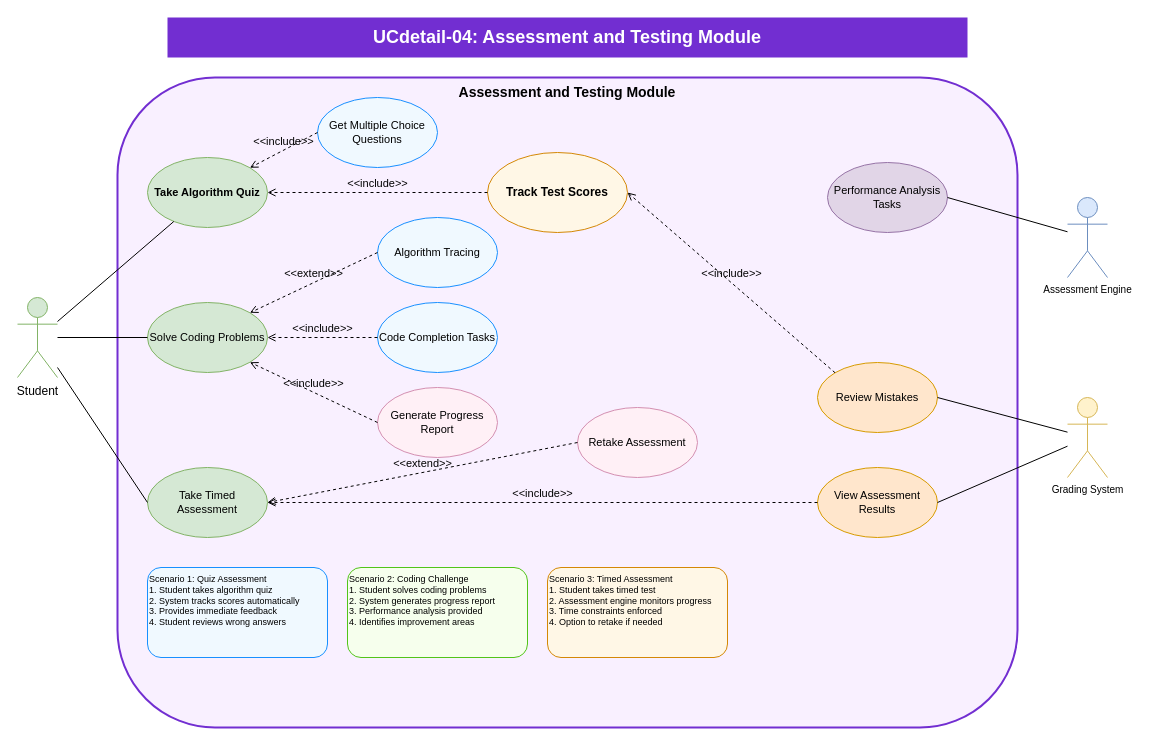
Before: dsa-visualizer/academic-project/enhanced-diagrams/UCdetail-04-assessment-testing.drawio in HieNguyen08/dsa-visualizer, a draw.io diagram. Source tidied: cells renumbered, new cells numbered last; positions are measured from the earlier drawing's top-left corner, leaving out a move shared by most shapes. Both pictures are drawn from the tidied source at 100%, with x=0, y=0 at pixel (17, 17).
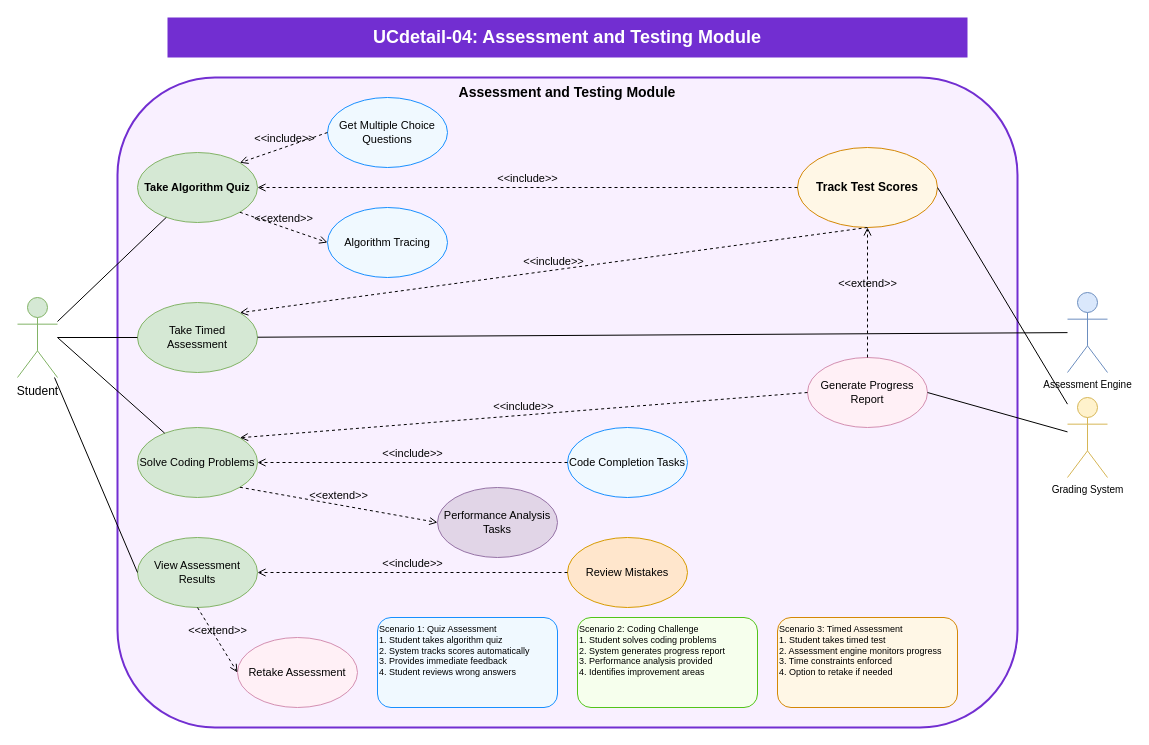
Above is the later version.

Commit message (it also covers changes not shown here):
feat: Implement complete UML relationships in all UCdetail diagrams

The change refers to these unchanged cells:
```xml
<mxCell id="4" value="Student" style="shape=umlActor;verticalLabelPosition=bottom;verticalAlign=top;html=1;outlineConnect=0;fontSize=12;fillColor=#d5e8d4;strokeColor=#82b366;" parent="1" vertex="1">
  <mxGeometry y="280" width="40" height="80" as="geometry" />
</mxCell>
<mxCell id="6" value="Grading System" style="shape=umlActor;verticalLabelPosition=bottom;verticalAlign=top;html=1;outlineConnect=0;fontSize=10;fillColor=#fff2cc;strokeColor=#d6b656;" parent="1" vertex="1">
  <mxGeometry x="1050" y="380" width="40" height="80" as="geometry" />
</mxCell>
```

What changed in the source:
```diff
@@
     <mxCell id="5" value="Assessment Engine" style="shape=umlActor;verticalLabelPosition=bottom;verticalAlign=top;html=1;outlineConnect=0;fontSize=10;fillColor=#dae8fc;strokeColor=#6c8ebf;" parent="1" vertex="1">
-      <mxGeometry x="1050" y="180" width="40" height="80" as="geometry" />
+      <mxGeometry x="1050" y="275" width="40" height="80" as="geometry" />
     </mxCell>
@@
     <mxCell id="7" value="Take Algorithm Quiz" style="ellipse;whiteSpace=wrap;html=1;fontSize=11;fillColor=#d5e8d4;strokeColor=#82b366;fontStyle=1;" parent="1" vertex="1">
-      <mxGeometry x="130" y="140" width="120" height="70" as="geometry" />
+      <mxGeometry x="120" y="135" width="120" height="70" as="geometry" />
     </mxCell>
     <mxCell id="8" value="Solve Coding Problems" style="ellipse;whiteSpace=wrap;html=1;fontSize=11;fillColor=#d5e8d4;strokeColor=#82b366;" parent="1" vertex="1">
-      <mxGeometry x="130" y="285" width="120" height="70" as="geometry" />
+      <mxGeometry x="120" y="410" width="120" height="70" as="geometry" />
     </mxCell>
     <mxCell id="9" value="Take Timed Assessment" style="ellipse;whiteSpace=wrap;html=1;fontSize=11;fillColor=#d5e8d4;strokeColor=#82b366;" parent="1" vertex="1">
-      <mxGeometry x="130" y="450" width="120" height="70" as="geometry" />
+      <mxGeometry x="120" y="285" width="120" height="70" as="geometry" />
     </mxCell>
-    <mxCell id="10" value="View Assessment Results" style="ellipse;whiteSpace=wrap;html=1;fontSize=11;fillColor=#ffe6cc;strokeColor=#d79b00;" parent="1" vertex="1">
-      <mxGeometry x="800" y="450" width="120" height="70" as="geometry" />
-    </mxCell>
     <mxCell id="11" value="Review Mistakes" style="ellipse;whiteSpace=wrap;html=1;fontSize=11;fillColor=#ffe6cc;strokeColor=#d79b00;" parent="1" vertex="1">
-      <mxGeometry x="800" y="345" width="120" height="70" as="geometry" />
+      <mxGeometry x="550" y="520" width="120" height="70" as="geometry" />
     </mxCell>
     <mxCell id="12" value="Get Multiple Choice Questions" style="ellipse;whiteSpace=wrap;html=1;fontSize=11;fillColor=#f0f9ff;strokeColor=#1890ff;" parent="1" vertex="1">
-      <mxGeometry x="300" y="80" width="120" height="70" as="geometry" />
+      <mxGeometry x="310" y="80" width="120" height="70" as="geometry" />
     </mxCell>
     <mxCell id="13" value="Code Completion Tasks" style="ellipse;whiteSpace=wrap;html=1;fontSize=11;fillColor=#f0f9ff;strokeColor=#1890ff;" parent="1" vertex="1">
-      <mxGeometry x="360" y="285" width="120" height="70" as="geometry" />
+      <mxGeometry x="550" y="410" width="120" height="70" as="geometry" />
     </mxCell>
     <mxCell id="14" value="Algorithm Tracing" style="ellipse;whiteSpace=wrap;html=1;fontSize=11;fillColor=#f0f9ff;strokeColor=#1890ff;" parent="1" vertex="1">
-      <mxGeometry x="360" y="200" width="120" height="70" as="geometry" />
+      <mxGeometry x="310" y="190" width="120" height="70" as="geometry" />
     </mxCell>
     <mxCell id="15" value="Performance Analysis Tasks" style="ellipse;whiteSpace=wrap;html=1;fontSize=11;fillColor=#e1d5e7;strokeColor=#9673a6;" parent="1" vertex="1">
-      <mxGeometry x="810" y="145" width="120" height="70" as="geometry" />
+      <mxGeometry x="420" y="470" width="120" height="70" as="geometry" />
     </mxCell>
     <mxCell id="16" value="Track Test Scores" style="ellipse;whiteSpace=wrap;html=1;fontSize=12;fillColor=#fff7e6;strokeColor=#d48806;fontStyle=1;" parent="1" vertex="1">
-      <mxGeometry x="470" y="135" width="140" height="80" as="geometry" />
+      <mxGeometry x="780" y="130" width="140" height="80" as="geometry" />
     </mxCell>
     <mxCell id="17" value="Generate Progress Report" style="ellipse;whiteSpace=wrap;html=1;fontSize=11;fillColor=#fff0f6;strokeColor=#d48fb1;" parent="1" vertex="1">
-      <mxGeometry x="360" y="370" width="120" height="70" as="geometry" />
+      <mxGeometry x="790" y="340" width="120" height="70" as="geometry" />
     </mxCell>
     <mxCell id="18" value="Retake Assessment" style="ellipse;whiteSpace=wrap;html=1;fontSize=11;fillColor=#fff0f6;strokeColor=#d48fb1;" parent="1" vertex="1">
-      <mxGeometry x="560" y="390" width="120" height="70" as="geometry" />
+      <mxGeometry x="220" y="620" width="120" height="70" as="geometry" />
     </mxCell>
@@
     <mxCell id="21" value="Scenario 1: Quiz Assessment&#10;1. Student takes algorithm quiz&#10;2. System tracks scores automatically&#10;3. Provides immediate feedback&#10;4. Student reviews wrong answers" style="rounded=1;whiteSpace=wrap;html=1;fontSize=9;align=left;verticalAlign=top;fillColor=#f0f9ff;strokeColor=#1890ff;" parent="1" vertex="1">
-      <mxGeometry x="130" y="550" width="180" height="90" as="geometry" />
+      <mxGeometry x="360" y="600" width="180" height="90" as="geometry" />
     </mxCell>
     <mxCell id="22" value="Scenario 2: Coding Challenge&#10;1. Student solves coding problems&#10;2. System generates progress report&#10;3. Performance analysis provided&#10;4. Identifies improvement areas" style="rounded=1;whiteSpace=wrap;html=1;fontSize=9;align=left;verticalAlign=top;fillColor=#f6ffed;strokeColor=#52c41a;" parent="1" vertex="1">
-      <mxGeometry x="330" y="550" width="180" height="90" as="geometry" />
+      <mxGeometry x="560" y="600" width="180" height="90" as="geometry" />
     </mxCell>
     <mxCell id="23" value="Scenario 3: Timed Assessment&#10;1. Student takes timed test&#10;2. Assessment engine monitors progress&#10;3. Time constraints enforced&#10;4. Option to retake if needed" style="rounded=1;whiteSpace=wrap;html=1;fontSize=9;align=left;verticalAlign=top;fillColor=#fff7e6;strokeColor=#d48806;" parent="1" vertex="1">
-      <mxGeometry x="530" y="550" width="180" height="90" as="geometry" />
+      <mxGeometry x="760" y="600" width="180" height="90" as="geometry" />
     </mxCell>
@@
-    <mxCell id="25" style="endArrow=none;html=1;rounded=0;fontSize=12;startSize=8;endSize=8;exitX=1;exitY=0.5;exitDx=0;exitDy=0;" parent="1" edge="1" source="11" target="6">
+    <mxCell id="25" style="endArrow=none;html=1;rounded=0;fontSize=12;startSize=8;endSize=8;exitX=1;exitY=0.5;exitDx=0;exitDy=0;" parent="1" edge="1" source="16" target="6">
       <mxGeometry relative="1" as="geometry" />
     </mxCell>
-    <mxCell id="26" value="&amp;lt;&amp;lt;include&amp;gt;&amp;gt;" style="html=1;verticalAlign=bottom;labelBackgroundColor=none;endArrow=open;endFill=0;dashed=1;entryX=1;entryY=0.5;entryDx=0;entryDy=0;exitX=0;exitY=0;exitDx=0;exitDy=0;" parent="1" edge="1" source="11" target="16">
+    <mxCell id="26" value="&amp;lt;&amp;lt;include&amp;gt;&amp;gt;" style="html=1;verticalAlign=bottom;labelBackgroundColor=none;endArrow=open;endFill=0;dashed=1;entryX=1;entryY=0.5;entryDx=0;entryDy=0;exitX=0;exitY=0.5;exitDx=0;exitDy=0;" parent="1" edge="1" source="11" target="10">
       <mxGeometry relative="1" as="geometry" />
     </mxCell>
@@
-    <mxCell id="29" value="&amp;lt;&amp;lt;include&amp;gt;&amp;gt;" style="html=1;verticalAlign=bottom;labelBackgroundColor=none;endArrow=open;endFill=0;dashed=1;entryX=1;entryY=1;entryDx=0;entryDy=0;exitX=0;exitY=0.5;exitDx=0;exitDy=0;" parent="1" edge="1" source="17" target="8">
-      <mxGeometry relative="1" as="geometry" />
-    </mxCell>
@@
-    <mxCell id="31" value="&amp;lt;&amp;lt;extend&amp;gt;&amp;gt;" style="html=1;verticalAlign=bottom;labelBackgroundColor=none;endArrow=open;endFill=0;dashed=1;entryX=1;entryY=0;entryDx=0;entryDy=0;exitX=0;exitY=0.5;exitDx=0;exitDy=0;" parent="1" edge="1" source="14" target="8">
+    <mxCell id="31" value="&amp;lt;&amp;lt;extend&amp;gt;&amp;gt;" style="html=1;verticalAlign=bottom;labelBackgroundColor=none;endArrow=open;endFill=0;dashed=1;entryX=0;entryY=0.5;entryDx=0;entryDy=0;exitX=1;exitY=1;exitDx=0;exitDy=0;" parent="1" edge="1" source="7" target="14">
       <mxGeometry relative="1" as="geometry" />
     </mxCell>
-    <mxCell id="32" value="&amp;lt;&amp;lt;extend&amp;gt;&amp;gt;" style="html=1;verticalAlign=bottom;labelBackgroundColor=none;endArrow=open;endFill=0;dashed=1;entryX=1;entryY=0.5;entryDx=0;entryDy=0;exitX=0;exitY=0.5;exitDx=0;exitDy=0;" parent="1" edge="1" source="18" target="9">
-      <mxGeometry relative="1" as="geometry" />
-    </mxCell>
-    <mxCell id="33" style="endArrow=none;html=1;rounded=0;fontSize=12;startSize=8;endSize=8;exitX=1;exitY=0.5;exitDx=0;exitDy=0;" parent="1" edge="1" source="10" target="6">
-      <mxGeometry relative="1" as="geometry" />
-    </mxCell>
-    <mxCell id="34" value="&amp;lt;&amp;lt;include&amp;gt;&amp;gt;" style="html=1;verticalAlign=bottom;labelBackgroundColor=none;endArrow=open;endFill=0;dashed=1;entryX=1;entryY=0.5;entryDx=0;entryDy=0;exitX=0;exitY=0.5;exitDx=0;exitDy=0;" parent="1" edge="1" source="10" target="9">
-      <mxGeometry relative="1" as="geometry" />
-    </mxCell>
-    <mxCell id="35" style="endArrow=none;html=1;rounded=0;fontSize=12;startSize=8;endSize=8;exitX=1;exitY=0.5;exitDx=0;exitDy=0;" parent="1" edge="1" source="15" target="5">
+    <mxCell id="35" style="endArrow=none;html=1;rounded=0;fontSize=12;startSize=8;endSize=8;" parent="1" edge="1" source="9" target="5">
       <mxGeometry relative="1" as="geometry" />
     </mxCell>
+    <mxCell id="10" value="&lt;span style=&quot;color: rgb(0, 0, 0);&quot;&gt;View Assessment Results&lt;/span&gt;" style="ellipse;whiteSpace=wrap;html=1;fontSize=11;fillColor=#d5e8d4;strokeColor=#82b366;" parent="1" vertex="1">
+      <mxGeometry x="120" y="520" width="120" height="70" as="geometry" />
+    </mxCell>
+    <mxCell id="36" style="endArrow=none;html=1;rounded=0;fontSize=12;startSize=8;endSize=8;entryX=0;entryY=0.5;entryDx=0;entryDy=0;" parent="1" edge="1" source="4" target="10">
+      <mxGeometry relative="1" as="geometry" />
+    </mxCell>
+    <mxCell id="29" value="&amp;lt;&amp;lt;include&amp;gt;&amp;gt;" style="html=1;verticalAlign=bottom;labelBackgroundColor=none;endArrow=open;endFill=0;dashed=1;entryX=1;entryY=0;entryDx=0;entryDy=0;exitX=0;exitY=0.5;exitDx=0;exitDy=0;" parent="1" edge="1" source="17" target="8">
+      <mxGeometry relative="1" as="geometry" />
+    </mxCell>
+    <mxCell id="37" value="&amp;lt;&amp;lt;include&amp;gt;&amp;gt;" style="html=1;verticalAlign=bottom;labelBackgroundColor=none;endArrow=open;endFill=0;dashed=1;entryX=1;entryY=0;entryDx=0;entryDy=0;exitX=0.5;exitY=1;exitDx=0;exitDy=0;" parent="1" edge="1" source="16" target="9">
+      <mxGeometry relative="1" as="geometry" />
+    </mxCell>
+    <mxCell id="38" value="&amp;lt;&amp;lt;extend&amp;gt;&amp;gt;" style="html=1;verticalAlign=bottom;labelBackgroundColor=none;endArrow=open;endFill=0;dashed=1;entryX=0;entryY=0.5;entryDx=0;entryDy=0;exitX=1;exitY=1;exitDx=0;exitDy=0;" parent="1" edge="1" source="8" target="15">
+      <mxGeometry relative="1" as="geometry" />
+    </mxCell>
+    <mxCell id="39" value="&amp;lt;&amp;lt;extend&amp;gt;&amp;gt;" style="html=1;verticalAlign=bottom;labelBackgroundColor=none;endArrow=open;endFill=0;dashed=1;entryX=0.5;entryY=1;entryDx=0;entryDy=0;exitX=0.5;exitY=0;exitDx=0;exitDy=0;" parent="1" edge="1" source="17" target="16">
+      <mxGeometry relative="1" as="geometry" />
+    </mxCell>
+    <mxCell id="40" value="&amp;lt;&amp;lt;extend&amp;gt;&amp;gt;" style="html=1;verticalAlign=bottom;labelBackgroundColor=none;endArrow=open;endFill=0;dashed=1;entryX=0;entryY=0.5;entryDx=0;entryDy=0;exitX=0.5;exitY=1;exitDx=0;exitDy=0;" parent="1" edge="1" source="10" target="18">
+      <mxGeometry relative="1" as="geometry" />
+    </mxCell>
+    <mxCell id="41" style="endArrow=none;html=1;rounded=0;fontSize=12;startSize=8;endSize=8;exitX=1;exitY=0.5;exitDx=0;exitDy=0;" parent="1" edge="1" source="17" target="6">
+      <mxGeometry relative="1" as="geometry" />
+    </mxCell>
```
